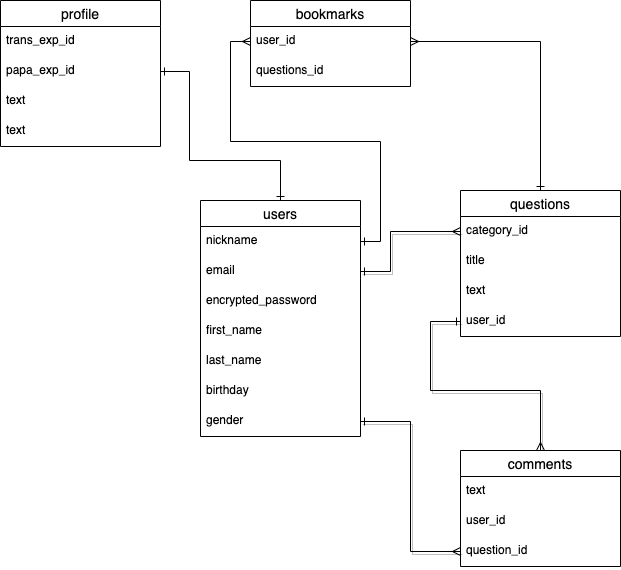
Earlier version of the draw.io export ER.drawio.png (Chukoto/wyvez-test). Source tidied: cells renumbered, new cells last; positions are measured from the earlier drawing's top-left corner, leaving out a move shared by most shapes.
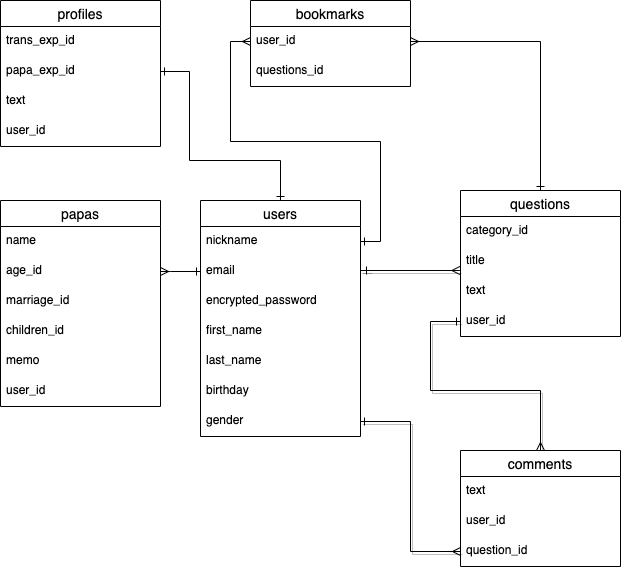
The same diagram one commit later.

What changed in the source:
```diff
@@ -2,11 +2,11 @@
   <root>
     <mxCell id="0" />
     <mxCell id="1" parent="0" />
-    <mxCell id="2" style="edgeStyle=orthogonalEdgeStyle;rounded=0;jettySize=auto;html=1;exitX=1;exitY=0.5;exitDx=0;exitDy=0;entryX=0;entryY=0.5;entryDx=0;entryDy=0;shadow=1;endArrow=ERmany;endFill=0;startArrow=ERone;startFill=0;" parent="1" edge="1" source="27" target="17">
+    <mxCell id="2" style="edgeStyle=orthogonalEdgeStyle;rounded=0;jettySize=auto;html=1;entryX=-0.004;entryY=0.8;entryDx=0;entryDy=0;shadow=1;endArrow=ERmany;endFill=0;startArrow=ERone;startFill=0;entryPerimeter=0;" parent="1" edge="1" target="18">
       <mxGeometry relative="1" as="geometry">
+        <mxPoint x="370" y="270" as="sourcePoint" />
         <Array as="points">
-          <mxPoint x="390" y="271" />
-          <mxPoint x="390" y="231" />
+          <mxPoint x="360" y="270" />
         </Array>
       </mxGeometry>
     </mxCell>
@@ -41,7 +41,7 @@
     <mxCell id="9" value="questions_id" style="text;strokeColor=none;fillColor=none;spacingLeft=4;spacingRight=4;overflow=hidden;fontSize=12;" parent="7" vertex="1">
       <mxGeometry y="56" width="160" height="30" as="geometry" />
     </mxCell>
-    <mxCell id="10" value="profile" style="swimlane;fontStyle=0;horizontal=1;startSize=26;align=center;fontSize=14;" parent="1" vertex="1">
+    <mxCell id="10" value="profiles" style="swimlane;fontStyle=0;horizontal=1;startSize=26;align=center;fontSize=14;" parent="1" vertex="1">
       <mxGeometry width="160" height="146" as="geometry" />
     </mxCell>
     <mxCell id="11" value="trans_exp_id" style="text;strokeColor=none;fillColor=none;spacingLeft=4;spacingRight=4;overflow=hidden;fontSize=12;" parent="10" vertex="1">
@@ -53,9 +53,9 @@
     <mxCell id="13" value="text" style="text;strokeColor=none;fillColor=none;spacingLeft=4;spacingRight=4;overflow=hidden;fontSize=12;" parent="10" vertex="1">
       <mxGeometry y="86" width="160" height="30" as="geometry" />
     </mxCell>
-    <mxCell id="14" value="text" style="text;strokeColor=none;fillColor=none;spacingLeft=4;spacingRight=4;overflow=hidden;fontSize=12;" parent="10" vertex="1">
-      <mxGeometry y="116" width="160" height="30" as="geometry" />
-    </mxCell>
+    <mxCell id="33" value="user_id" style="text;strokeColor=none;fillColor=none;spacingLeft=4;spacingRight=4;overflow=hidden;fontSize=12;" parent="10" vertex="1">
+      <mxGeometry y="116" width="160" height="30" as="geometry" />
+    </mxCell>
     <mxCell id="15" style="edgeStyle=orthogonalEdgeStyle;rounded=0;jettySize=auto;html=1;exitX=1;exitY=0.5;exitDx=0;exitDy=0;entryX=0.5;entryY=0;entryDx=0;entryDy=0;endArrow=ERone;endFill=0;startArrow=ERone;startFill=0;" parent="1" edge="1" source="12" target="25">
       <mxGeometry relative="1" as="geometry">
         <Array as="points">
@@ -116,5 +116,35 @@
     <mxCell id="32" value="gender" style="text;strokeColor=none;fillColor=none;spacingLeft=4;spacingRight=4;overflow=hidden;points=[[0,0.5],[1,0.5]];portConstraint=eastwest;fontSize=12;" parent="25" vertex="1">
       <mxGeometry y="206" width="160" height="30" as="geometry" />
     </mxCell>
+    <mxCell id="34" value="papas" style="swimlane;fontStyle=0;horizontal=1;startSize=26;align=center;fontSize=14;" parent="1" vertex="1">
+      <mxGeometry y="200" width="160" height="206" as="geometry" />
+    </mxCell>
+    <mxCell id="35" value="name" style="text;strokeColor=none;fillColor=none;spacingLeft=4;spacingRight=4;overflow=hidden;fontSize=12;" parent="34" vertex="1">
+      <mxGeometry y="26" width="160" height="30" as="geometry" />
+    </mxCell>
+    <mxCell id="36" value="age_id" style="text;strokeColor=none;fillColor=none;spacingLeft=4;spacingRight=4;overflow=hidden;fontSize=12;" parent="34" vertex="1">
+      <mxGeometry y="56" width="160" height="30" as="geometry" />
+    </mxCell>
+    <mxCell id="37" value="marriage_id" style="text;strokeColor=none;fillColor=none;spacingLeft=4;spacingRight=4;overflow=hidden;fontSize=12;" parent="34" vertex="1">
+      <mxGeometry y="86" width="160" height="30" as="geometry" />
+    </mxCell>
+    <mxCell id="38" value="children_id" style="text;strokeColor=none;fillColor=none;spacingLeft=4;spacingRight=4;overflow=hidden;fontSize=12;" parent="34" vertex="1">
+      <mxGeometry y="116" width="160" height="30" as="geometry" />
+    </mxCell>
+    <mxCell id="39" value="memo" style="text;strokeColor=none;fillColor=none;spacingLeft=4;spacingRight=4;overflow=hidden;fontSize=12;" parent="34" vertex="1">
+      <mxGeometry y="146" width="160" height="30" as="geometry" />
+    </mxCell>
+    <mxCell id="40" value="user_id" style="text;strokeColor=none;fillColor=none;spacingLeft=4;spacingRight=4;overflow=hidden;fontSize=12;" parent="34" vertex="1">
+      <mxGeometry y="176" width="160" height="30" as="geometry" />
+    </mxCell>
+    <mxCell id="41" style="edgeStyle=orthogonalEdgeStyle;rounded=0;jettySize=auto;html=1;entryX=0;entryY=0.5;entryDx=0;entryDy=0;startArrow=ERmany;startFill=0;endArrow=ERone;endFill=0;" parent="1" edge="1" target="27">
+      <mxGeometry relative="1" as="geometry">
+        <mxPoint x="160" y="271" as="sourcePoint" />
+        <Array as="points">
+          <mxPoint x="170" y="271" />
+          <mxPoint x="170" y="271" />
+        </Array>
+      </mxGeometry>
+    </mxCell>
   </root>
 </mxGraphModel>
```
